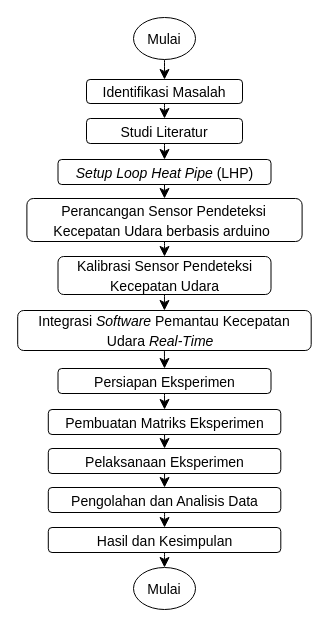
Jusvita/Project-python-pacman-Jusvita keeps this draw.io diagram as Diagram Tanpa Judul.drawio. Above is the earlier version. Source tidied: cells renumbered, new cells numbered last; positions are measured from the earlier drawing's top-left corner, leaving out a move shared by most shapes. Both pictures are drawn from the tidied source at 100%, with x=0, y=0 at pixel (17, 17).
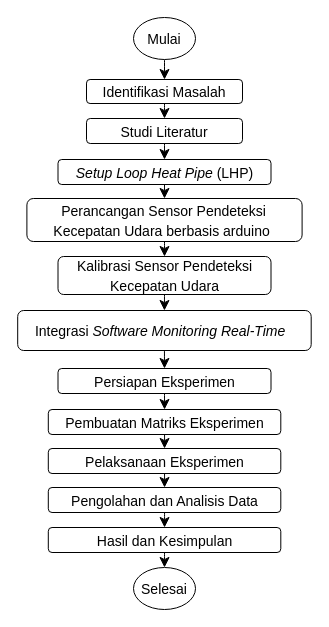
After the change.

The edit, as a diff of the source:
```diff
@@
-    <mxCell id="15" value="&lt;font style=&quot;font-size: 14px;&quot;&gt;Integrasi &lt;i&gt;Software &lt;/i&gt;Pemantau&amp;nbsp;Kecepatan Udara &lt;i&gt;Real-Time&lt;/i&gt;&amp;nbsp;&amp;nbsp;&lt;/font&gt;" style="rounded=1;whiteSpace=wrap;html=1;fontSize=16;" parent="1" vertex="1">
+    <mxCell id="15" value="&lt;font style=&quot;font-size: 14px;&quot;&gt;Integrasi &lt;i&gt;Software Monitoring&lt;/i&gt;&amp;nbsp;&lt;i&gt;Real-Time&lt;/i&gt;&amp;nbsp;&amp;nbsp;&lt;/font&gt;" style="rounded=1;whiteSpace=wrap;html=1;fontSize=16;" parent="1" vertex="1">
       <mxGeometry x="0.2" y="293" width="293.5" height="40" as="geometry" />
     </mxCell>
@@
-    <mxCell id="26" value="&lt;font style=&quot;font-size: 14px;&quot;&gt;Mulai&lt;/font&gt;" style="ellipse;whiteSpace=wrap;html=1;fontSize=16;" parent="1" vertex="1">
+    <mxCell id="26" value="&lt;font style=&quot;font-size: 14px;&quot;&gt;Selesai&lt;/font&gt;" style="ellipse;whiteSpace=wrap;html=1;fontSize=16;" parent="1" vertex="1">
       <mxGeometry x="116" y="550" width="62" height="42" as="geometry" />
     </mxCell>
```
